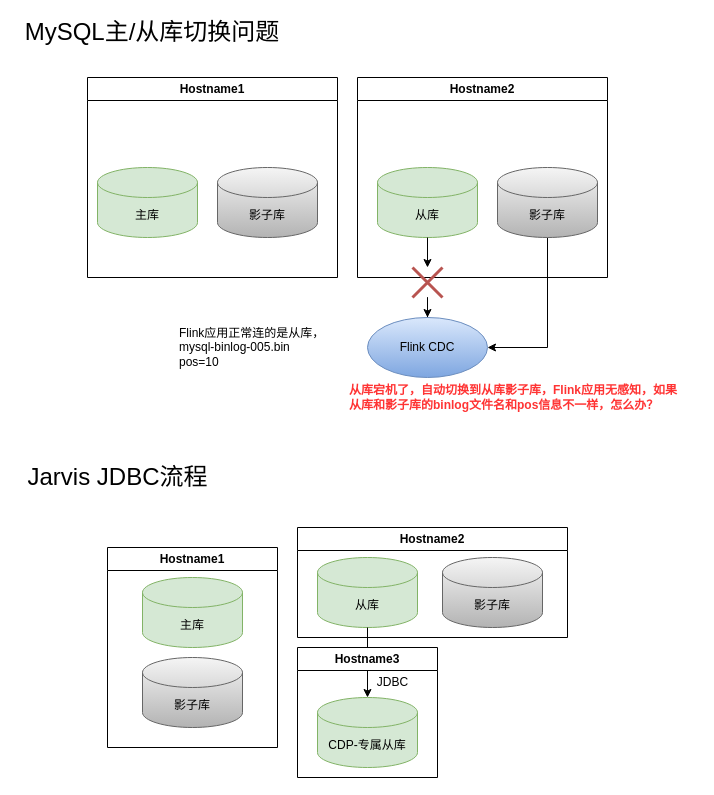
This is RDS主节点切换.drawio from JonStarkdu/drawio, a draw.io file, before an edit. Source tidied: cells renumbered, new cells numbered last; positions are measured from the earlier drawing's top-left corner, leaving out a move shared by most shapes. Both pictures are drawn from the tidied source at 100%, with x=0, y=0 at pixel (17, 17).
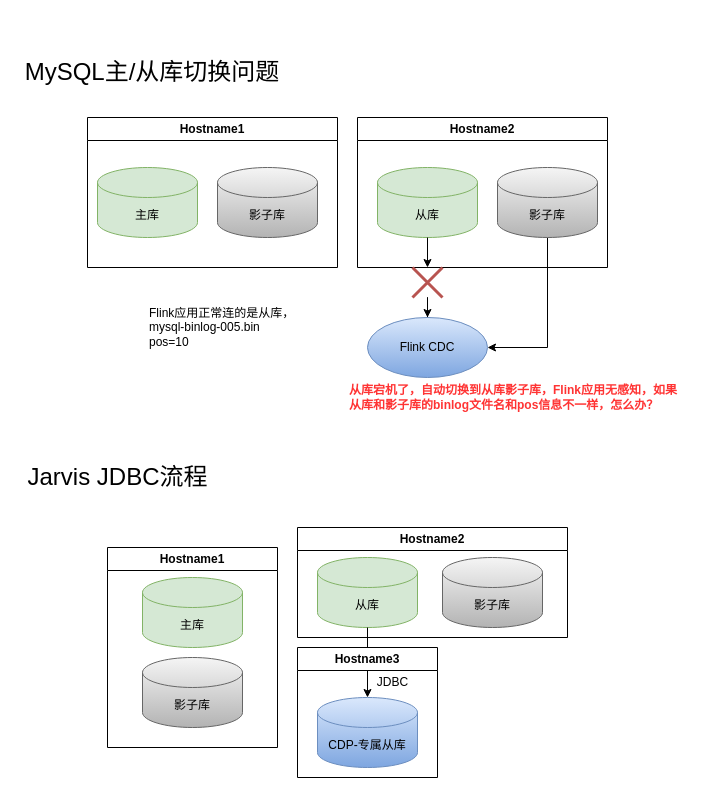
The same diagram, later.

The edit, as a diff of the source:
```diff
@@
     <mxCell id="2" value="&lt;font style=&quot;font-size: 24px;&quot;&gt;MySQL主/从库切换问题&lt;/font&gt;" style="text;html=1;strokeColor=none;fillColor=none;align=center;verticalAlign=middle;whiteSpace=wrap;rounded=0;" parent="1" vertex="1">
-      <mxGeometry width="270" height="30" as="geometry" />
+      <mxGeometry y="40" width="270" height="30" as="geometry" />
     </mxCell>
@@
     <mxCell id="9" value="Hostname1" style="swimlane;whiteSpace=wrap;html=1;" parent="1" vertex="1">
-      <mxGeometry x="70" y="60" width="250" height="200" as="geometry" />
+      <mxGeometry x="70" y="100" width="250" height="150" as="geometry" />
     </mxCell>
     <mxCell id="10" value="Hostname2" style="swimlane;whiteSpace=wrap;html=1;" parent="1" vertex="1">
-      <mxGeometry x="340" y="60" width="250" height="200" as="geometry" />
+      <mxGeometry x="340" y="100" width="250" height="150" as="geometry" />
     </mxCell>
@@
     <mxCell id="12" value="Flink应用正常连的是从库，&lt;br&gt;mysql-binlog-005.bin &lt;br&gt;pos=10" style="text;html=1;align=left;verticalAlign=middle;strokeColor=none;fillColor=none;" parent="1" vertex="1">
-      <mxGeometry x="160" y="300" width="170" height="60" as="geometry" />
+      <mxGeometry x="130" y="280" width="170" height="60" as="geometry" />
     </mxCell>
@@
-    <mxCell id="19" value="CDP-专属从库" style="shape=cylinder3;whiteSpace=wrap;html=1;boundedLbl=1;backgroundOutline=1;size=15;fillColor=#d5e8d4;strokeColor=#82b366;" parent="1" vertex="1">
+    <mxCell id="19" value="CDP-专属从库" style="shape=cylinder3;whiteSpace=wrap;html=1;boundedLbl=1;backgroundOutline=1;size=15;fillColor=#dae8fc;strokeColor=#6c8ebf;gradientColor=#7ea6e0;" parent="1" vertex="1">
       <mxGeometry x="300" y="680" width="100" height="70" as="geometry" />
     </mxCell>
```
